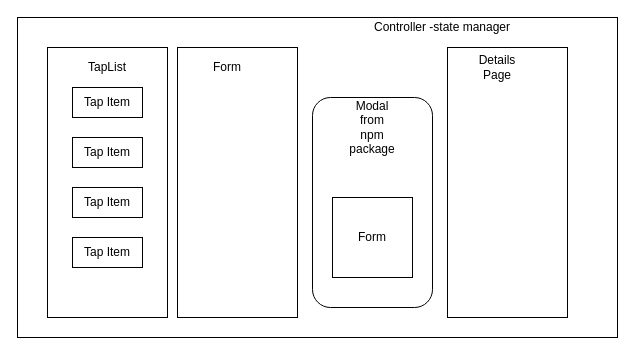
Earlier version of the draw.io diagram Untitled Diagram.drawio (OkilyDokily/tap-room). Source tidied: cells renumbered, new cells numbered last; positions are measured from the earlier drawing's top-left corner, leaving out a move shared by most shapes. Both pictures are drawn from the tidied source at 100%, with x=0, y=0 at pixel (17, 17).
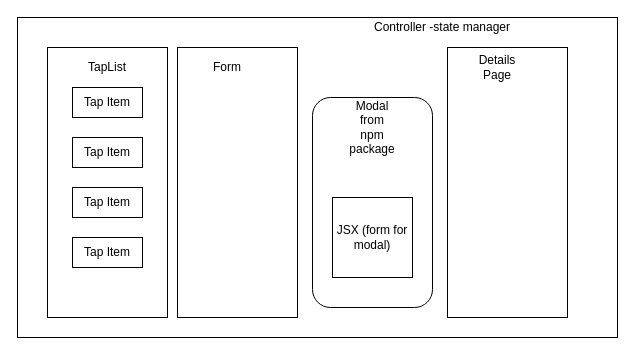
Above is the later version.

What changed in the source:
```diff
@@
 <mxGraphModel>
   <root>
     <mxCell id="0" />
     <mxCell id="1" parent="0" />
     <mxCell id="2" style="rounded=0;whiteSpace=wrap;html=1;" parent="1" vertex="1">
       <mxGeometry width="600" height="320" as="geometry" />
     </mxCell>
     <mxCell id="3" value="Controller -state manager" style="text;html=1;strokeColor=none;fillColor=none;align=center;verticalAlign=middle;whiteSpace=wrap;rounded=0;" parent="1" vertex="1">
       <mxGeometry x="330" width="190" height="20" as="geometry" />
     </mxCell>
     <mxCell id="4" style="rounded=0;whiteSpace=wrap;html=1;" parent="1" vertex="1">
       <mxGeometry x="30" y="30" width="120" height="270" as="geometry" />
     </mxCell>
     <mxCell id="5" value="TapList" style="text;html=1;strokeColor=none;fillColor=none;align=center;verticalAlign=middle;whiteSpace=wrap;rounded=0;" parent="1" vertex="1">
       <mxGeometry x="70" y="40" width="40" height="20" as="geometry" />
     </mxCell>
     <mxCell id="6" value="Tap Item" style="rounded=0;whiteSpace=wrap;html=1;" parent="1" vertex="1">
       <mxGeometry x="55" y="70" width="70" height="30" as="geometry" />
     </mxCell>
     <mxCell id="7" value="Tap Item" style="rounded=0;whiteSpace=wrap;html=1;" parent="1" vertex="1">
       <mxGeometry x="55" y="120" width="70" height="30" as="geometry" />
     </mxCell>
     <mxCell id="8" value="Tap Item" style="rounded=0;whiteSpace=wrap;html=1;" parent="1" vertex="1">
       <mxGeometry x="55" y="170" width="70" height="30" as="geometry" />
     </mxCell>
     <mxCell id="9" value="Tap Item" style="rounded=0;whiteSpace=wrap;html=1;" parent="1" vertex="1">
       <mxGeometry x="55" y="220" width="70" height="30" as="geometry" />
     </mxCell>
     <mxCell id="10" style="rounded=0;whiteSpace=wrap;html=1;" parent="1" vertex="1">
       <mxGeometry x="160" y="30" width="120" height="270" as="geometry" />
     </mxCell>
     <mxCell id="11" value="Form" style="text;html=1;strokeColor=none;fillColor=none;align=center;verticalAlign=middle;whiteSpace=wrap;rounded=0;" parent="1" vertex="1">
       <mxGeometry x="190" y="40" width="40" height="20" as="geometry" />
     </mxCell>
     <mxCell id="12" style="rounded=0;whiteSpace=wrap;html=1;" parent="1" vertex="1">
       <mxGeometry x="430" y="30" width="120" height="270" as="geometry" />
     </mxCell>
     <mxCell id="13" value="Details Page" style="text;html=1;strokeColor=none;fillColor=none;align=center;verticalAlign=middle;whiteSpace=wrap;rounded=0;" parent="1" vertex="1">
       <mxGeometry x="460" y="40" width="40" height="20" as="geometry" />
     </mxCell>
     <mxCell id="14" style="rounded=1;whiteSpace=wrap;html=1;" parent="1" vertex="1">
       <mxGeometry x="295" y="80" width="120" height="210" as="geometry" />
     </mxCell>
     <mxCell id="15" value="Modal from npm package" style="text;html=1;strokeColor=none;fillColor=none;align=center;verticalAlign=middle;whiteSpace=wrap;rounded=0;" parent="1" vertex="1">
       <mxGeometry x="335" y="70" width="40" height="80" as="geometry" />
     </mxCell>
-    <mxCell id="16" value="Form" style="rounded=0;whiteSpace=wrap;html=1;" parent="1" vertex="1">
+    <mxCell id="16" value="JSX (form for modal)" style="rounded=0;whiteSpace=wrap;html=1;" parent="1" vertex="1">
       <mxGeometry x="315" y="180" width="80" height="80" as="geometry" />
     </mxCell>
   </root>
 </mxGraphModel>
```
